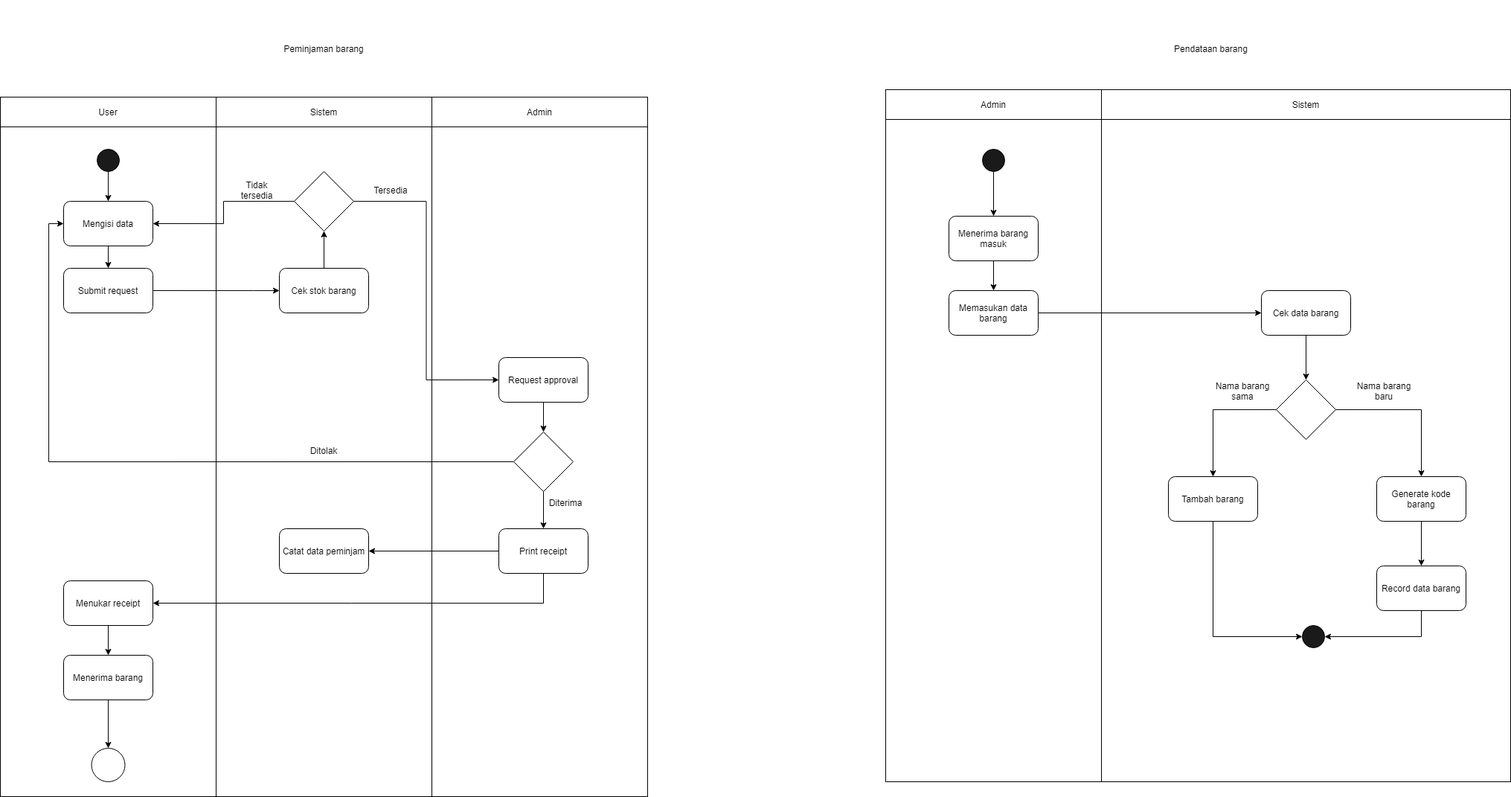
Earlier version of the draw.io export diagrams/Activity Diagram.drawio.png (johannfac/aplikasipeminjamanaset). Source tidied: cells renumbered, new cells last; positions are measured from the earlier drawing's top-left corner, leaving out a move shared by most shapes.
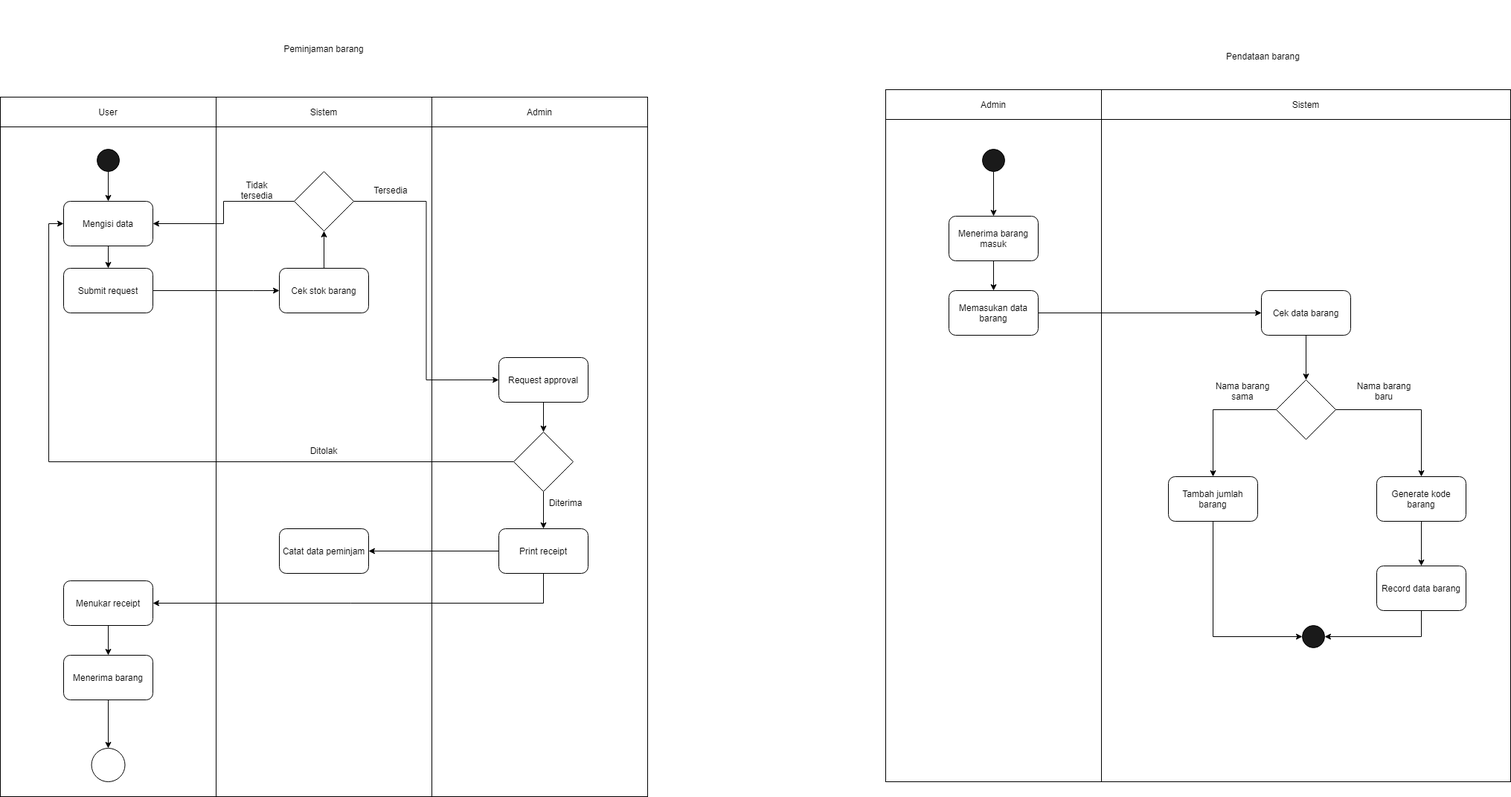
The same diagram one commit later.

Diff of the diagram source:
```diff
@@ -21,7 +21,7 @@
       <mxGeometry x="85" y="270" width="120" height="60" as="geometry" />
     </mxCell>
     <mxCell id="8" value="Pendataan barang" style="text;html=1;strokeColor=none;fillColor=none;align=center;verticalAlign=middle;whiteSpace=wrap;rounded=0;" parent="1" vertex="1">
-      <mxGeometry x="1560" y="20" width="135" height="90" as="geometry" />
+      <mxGeometry x="1630" y="30" width="135" height="90" as="geometry" />
     </mxCell>
     <mxCell id="9" value="User" style="rounded=0;whiteSpace=wrap;html=1;fillColor=#FFFFFF;" parent="1" vertex="1">
       <mxGeometry y="130" width="290" height="40" as="geometry" />
@@ -142,7 +142,7 @@
     <mxCell id="46" style="edgeStyle=orthogonalEdgeStyle;rounded=0;jettySize=auto;html=1;exitX=0.5;exitY=1;exitDx=0;exitDy=0;entryX=0;entryY=0.5;entryDx=0;entryDy=0;" parent="1" edge="1" source="47" target="53">
       <mxGeometry relative="1" as="geometry" />
     </mxCell>
-    <mxCell id="47" value="Tambah barang" style="rounded=1;whiteSpace=wrap;html=1;fillColor=#FFFFFF;" parent="1" vertex="1">
+    <mxCell id="47" value="Tambah jumlah barang" style="rounded=1;whiteSpace=wrap;html=1;fillColor=#FFFFFF;" parent="1" vertex="1">
       <mxGeometry x="1570" y="640" width="120" height="60" as="geometry" />
     </mxCell>
     <mxCell id="48" style="edgeStyle=orthogonalEdgeStyle;rounded=0;jettySize=auto;html=1;exitX=1;exitY=0.5;exitDx=0;exitDy=0;entryX=0;entryY=0.5;entryDx=0;entryDy=0;" parent="1" edge="1" source="50" target="17">
```
